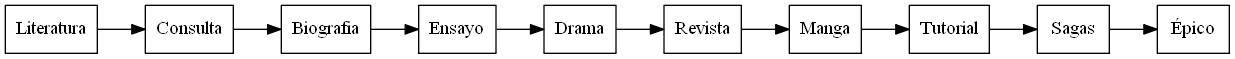
This is AVLPreorden.png from TaTo30/EDD-Proyecto2_201800585, a Graphviz export, as it was before one commit. Its source is kept beside it as AVLPreorden.dot.
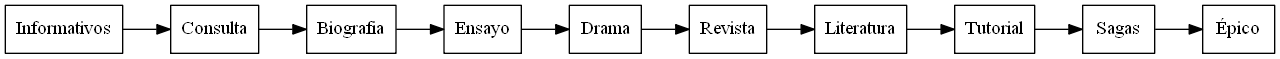
The same file after the commit.

Change to the diagram source:
```diff
@@ -1,11 +1,11 @@
 digraph g{ rankdir = LR; node [shape = box];
-Literatura -> Consulta;
+Informativos -> Consulta;
 Consulta -> Biografia;
 Biografia -> Ensayo;
 Ensayo -> Drama;
 Drama -> Revista;
-Revista -> Manga;
-Manga -> Tutorial;
+Revista -> Literatura;
+Literatura -> Tutorial;
 Tutorial -> Sagas;
 Sagas -> Épico;
 }
```
